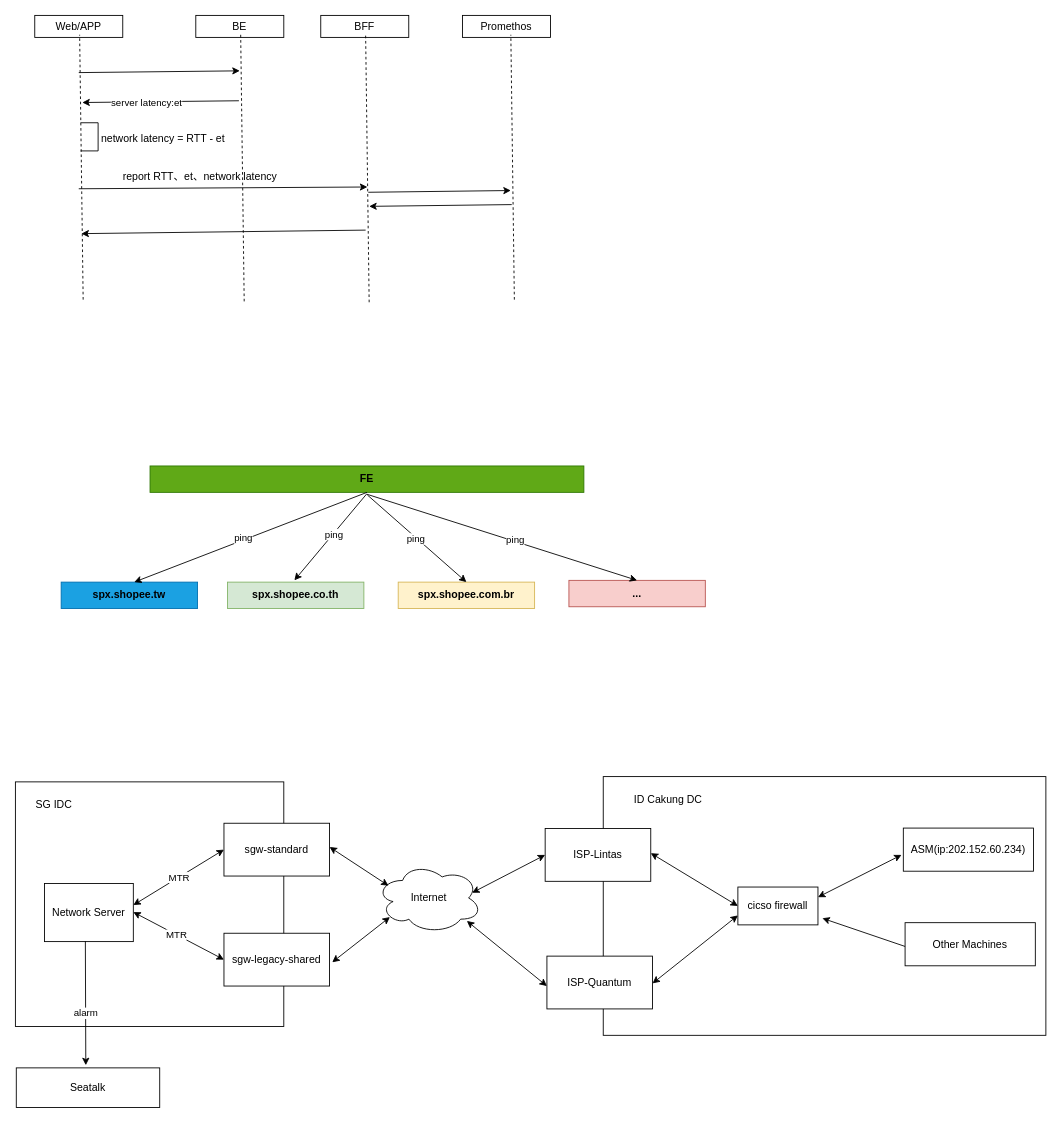
kekobin/axletree keeps this draw.io diagram as network-profession.drawio. Above is the earlier version. Source tidied: cells renumbered, new cells numbered last; positions are measured from the earlier drawing's top-left corner, leaving out a move shared by most shapes. Both pictures are drawn from the tidied source at 88%, with x=0, y=0 at pixel (15, 15).
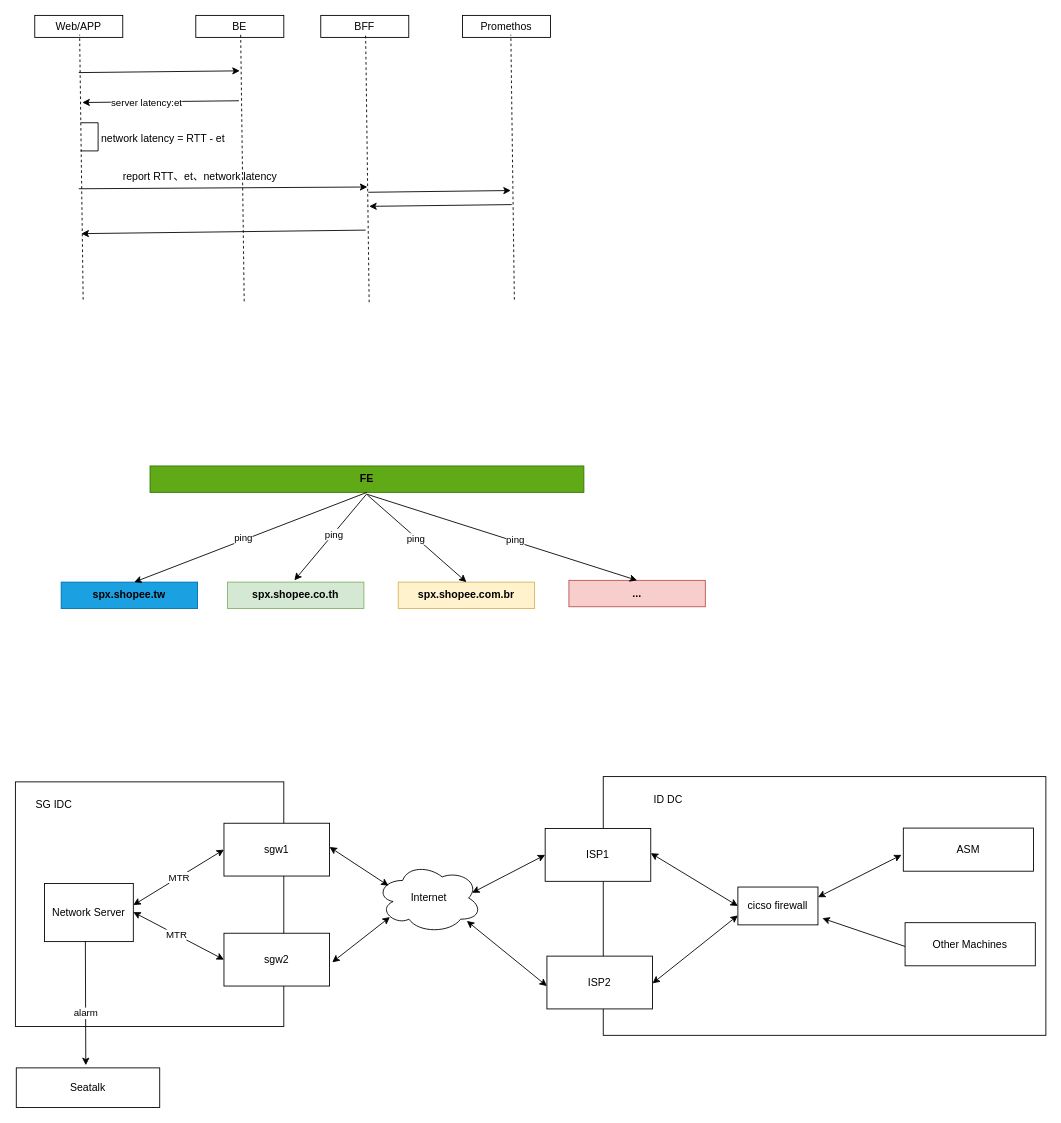
The same page after the edit.

The edit, as a diff of the source:
```diff
@@
-    <mxCell id="37" value="ID Cakung DC" style="text;html=1;strokeColor=none;fillColor=none;align=center;verticalAlign=middle;whiteSpace=wrap;rounded=0;" parent="1" vertex="1">
+    <mxCell id="37" value="ID DC" style="text;html=1;strokeColor=none;fillColor=none;align=center;verticalAlign=middle;whiteSpace=wrap;rounded=0;" parent="1" vertex="1">
       <mxGeometry x="691" y="877" width="102" height="27" as="geometry" />
     </mxCell>
@@
-    <mxCell id="42" value="sgw-standard" style="rounded=0;whiteSpace=wrap;html=1;" parent="1" vertex="1">
+    <mxCell id="42" value="sgw1" style="rounded=0;whiteSpace=wrap;html=1;" parent="1" vertex="1">
       <mxGeometry x="237" y="918" width="120" height="60" as="geometry" />
     </mxCell>
-    <mxCell id="43" value="sgw-legacy-shared" style="rounded=0;whiteSpace=wrap;html=1;" parent="1" vertex="1">
+    <mxCell id="43" value="sgw2" style="rounded=0;whiteSpace=wrap;html=1;" parent="1" vertex="1">
       <mxGeometry x="237" y="1043" width="120" height="60" as="geometry" />
     </mxCell>
-    <mxCell id="44" value="ASM(ip:202.152.60.234)" style="rounded=0;whiteSpace=wrap;html=1;" parent="1" vertex="1">
+    <mxCell id="44" value="ASM" style="rounded=0;whiteSpace=wrap;html=1;" parent="1" vertex="1">
       <mxGeometry x="1009" y="923.5" width="148" height="49" as="geometry" />
     </mxCell>
@@
-    <mxCell id="48" value="ISP-Lintas" style="rounded=0;whiteSpace=wrap;html=1;" parent="1" vertex="1">
+    <mxCell id="48" value="ISP1" style="rounded=0;whiteSpace=wrap;html=1;" parent="1" vertex="1">
       <mxGeometry x="602" y="924" width="120" height="60" as="geometry" />
     </mxCell>
-    <mxCell id="49" value="ISP-Quantum" style="rounded=0;whiteSpace=wrap;html=1;" parent="1" vertex="1">
+    <mxCell id="49" value="ISP2" style="rounded=0;whiteSpace=wrap;html=1;" parent="1" vertex="1">
       <mxGeometry x="604" y="1069" width="120" height="60" as="geometry" />
     </mxCell>
```
